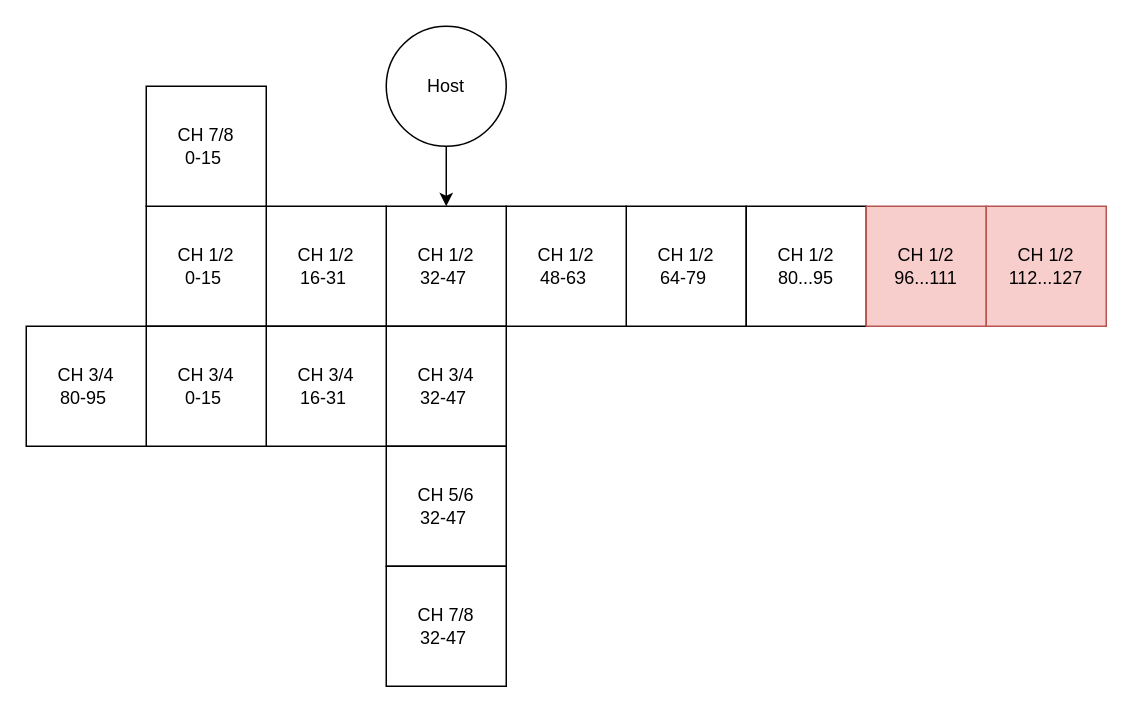
Before: page "Midi Mapping" (6 of 7) of Docu/FirmwareFlow.drawio in intechstudio/grid-fw, a draw.io diagram. Source tidied: cells renumbered, new cells numbered last; positions are measured from the earlier drawing's top-left corner, leaving out a move shared by most shapes. Both pictures are drawn from the tidied source at 150%, with x=0, y=0 at pixel (26, 26).
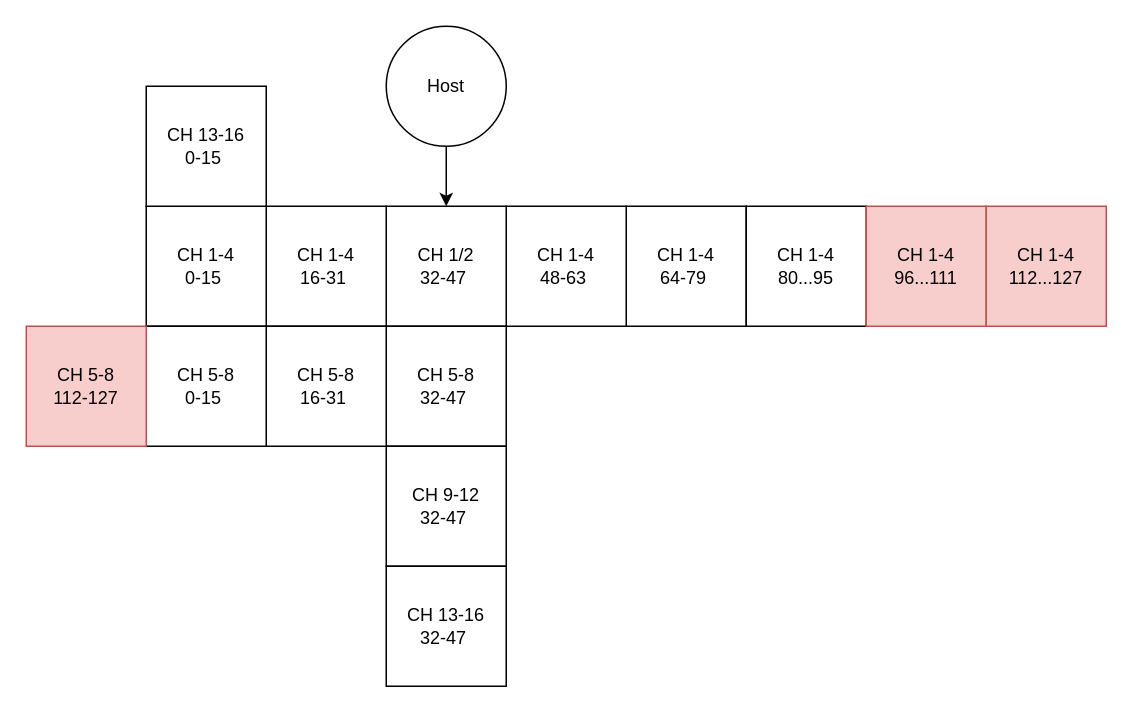
The same page after the edit.

Change to the diagram source:
```diff
@@
 <mxGraphModel>
   <root>
     <mxCell id="0" />
     <mxCell id="1" parent="0" />
     <mxCell id="2" style="edgeStyle=orthogonalEdgeStyle;rounded=0;jettySize=auto;html=1;exitX=0.5;exitY=1;exitDx=0;exitDy=0;entryX=0.5;entryY=0;entryDx=0;entryDy=0;" parent="1" edge="1" source="3" target="7">
       <mxGeometry relative="1" as="geometry" />
     </mxCell>
     <mxCell id="3" value="Host" style="ellipse;whiteSpace=wrap;html=1;" parent="1" vertex="1">
       <mxGeometry x="240" width="80" height="80" as="geometry" />
     </mxCell>
-    <mxCell id="4" value="CH 1/2&lt;br&gt;64-79&amp;nbsp;" style="whiteSpace=wrap;html=1;" parent="1" vertex="1">
+    <mxCell id="4" value="CH 1-4&lt;br&gt;64-79&amp;nbsp;" style="whiteSpace=wrap;html=1;" parent="1" vertex="1">
       <mxGeometry x="400" y="120" width="80" height="80" as="geometry" />
     </mxCell>
-    <mxCell id="5" value="CH 1/2&lt;br&gt;80...95" style="whiteSpace=wrap;html=1;" parent="1" vertex="1">
+    <mxCell id="5" value="CH 1-4&lt;br&gt;80...95" style="whiteSpace=wrap;html=1;" parent="1" vertex="1">
       <mxGeometry x="480" y="120" width="80" height="80" as="geometry" />
     </mxCell>
-    <mxCell id="6" value="CH 1/2&lt;br&gt;48-63&amp;nbsp;" style="whiteSpace=wrap;html=1;" parent="1" vertex="1">
+    <mxCell id="6" value="CH 1-4&lt;br&gt;48-63&amp;nbsp;" style="whiteSpace=wrap;html=1;" parent="1" vertex="1">
       <mxGeometry x="320" y="120" width="80" height="80" as="geometry" />
     </mxCell>
     <mxCell id="7" value="CH 1/2&lt;br&gt;32-47&amp;nbsp;" style="whiteSpace=wrap;html=1;" parent="1" vertex="1">
       <mxGeometry x="240" y="120" width="80" height="80" as="geometry" />
     </mxCell>
-    <mxCell id="8" value="CH 1/2&lt;br&gt;16-31&amp;nbsp;" style="whiteSpace=wrap;html=1;" parent="1" vertex="1">
+    <mxCell id="8" value="CH 1-4&lt;br&gt;16-31&amp;nbsp;" style="whiteSpace=wrap;html=1;" parent="1" vertex="1">
       <mxGeometry x="160" y="120" width="80" height="80" as="geometry" />
     </mxCell>
-    <mxCell id="9" value="CH 1/2&lt;br&gt;0-15&amp;nbsp;" style="whiteSpace=wrap;html=1;" parent="1" vertex="1">
+    <mxCell id="9" value="CH 1-4&lt;br&gt;0-15&amp;nbsp;" style="whiteSpace=wrap;html=1;" parent="1" vertex="1">
       <mxGeometry x="80" y="120" width="80" height="80" as="geometry" />
     </mxCell>
-    <mxCell id="10" value="CH 1/2&lt;br&gt;96...111" style="whiteSpace=wrap;html=1;fillColor=#f8cecc;strokeColor=#b85450;" parent="1" vertex="1">
+    <mxCell id="10" value="CH 1-4&lt;br&gt;96...111" style="whiteSpace=wrap;html=1;fillColor=#f8cecc;strokeColor=#b85450;" parent="1" vertex="1">
       <mxGeometry x="560" y="120" width="80" height="80" as="geometry" />
     </mxCell>
-    <mxCell id="11" value="CH 1/2&lt;br&gt;112...127" style="whiteSpace=wrap;html=1;fillColor=#f8cecc;strokeColor=#b85450;" parent="1" vertex="1">
+    <mxCell id="11" value="CH 1-4&lt;br&gt;112...127" style="whiteSpace=wrap;html=1;fillColor=#f8cecc;strokeColor=#b85450;" parent="1" vertex="1">
       <mxGeometry x="640" y="120" width="80" height="80" as="geometry" />
     </mxCell>
-    <mxCell id="12" value="CH 3/4&lt;br&gt;32-47&amp;nbsp;" style="whiteSpace=wrap;html=1;" parent="1" vertex="1">
+    <mxCell id="12" value="CH 5-8&lt;br&gt;32-47&amp;nbsp;" style="whiteSpace=wrap;html=1;" parent="1" vertex="1">
       <mxGeometry x="240" y="200" width="80" height="80" as="geometry" />
     </mxCell>
-    <mxCell id="13" value="CH 5/6&lt;br&gt;32-47&amp;nbsp;" style="whiteSpace=wrap;html=1;" parent="1" vertex="1">
+    <mxCell id="13" value="CH 9-12&lt;br&gt;32-47&amp;nbsp;" style="whiteSpace=wrap;html=1;" parent="1" vertex="1">
       <mxGeometry x="240" y="280" width="80" height="80" as="geometry" />
     </mxCell>
-    <mxCell id="14" value="CH 7/8&lt;br&gt;32-47&amp;nbsp;" style="whiteSpace=wrap;html=1;" parent="1" vertex="1">
+    <mxCell id="14" value="CH 13-16&lt;br&gt;32-47&amp;nbsp;" style="whiteSpace=wrap;html=1;" parent="1" vertex="1">
       <mxGeometry x="240" y="360" width="80" height="80" as="geometry" />
     </mxCell>
-    <mxCell id="15" value="CH 7/8&lt;br&gt;0-15&amp;nbsp;" style="whiteSpace=wrap;html=1;" parent="1" vertex="1">
+    <mxCell id="15" value="CH 13-16&lt;br&gt;0-15&amp;nbsp;" style="whiteSpace=wrap;html=1;" parent="1" vertex="1">
       <mxGeometry x="80" y="40" width="80" height="80" as="geometry" />
     </mxCell>
-    <mxCell id="16" value="CH 3/4&lt;br&gt;16-31&amp;nbsp;" style="whiteSpace=wrap;html=1;" parent="1" vertex="1">
+    <mxCell id="16" value="CH 5-8&lt;br&gt;16-31&amp;nbsp;" style="whiteSpace=wrap;html=1;" parent="1" vertex="1">
       <mxGeometry x="160" y="200" width="80" height="80" as="geometry" />
     </mxCell>
-    <mxCell id="17" value="CH 3/4&lt;br&gt;0-15&amp;nbsp;" style="whiteSpace=wrap;html=1;" parent="1" vertex="1">
+    <mxCell id="17" value="CH 5-8&lt;br&gt;0-15&amp;nbsp;" style="whiteSpace=wrap;html=1;" parent="1" vertex="1">
       <mxGeometry x="80" y="200" width="80" height="80" as="geometry" />
     </mxCell>
-    <mxCell id="18" value="CH 3/4&lt;br&gt;80-95&amp;nbsp;" style="whiteSpace=wrap;html=1;" parent="1" vertex="1">
+    <mxCell id="18" value="CH 5-8&lt;br&gt;112-127 " style="whiteSpace=wrap;html=1;fillColor=#f8cecc;strokeColor=#b85450;" parent="1" vertex="1">
       <mxGeometry y="200" width="80" height="80" as="geometry" />
     </mxCell>
   </root>
 </mxGraphModel>
```
